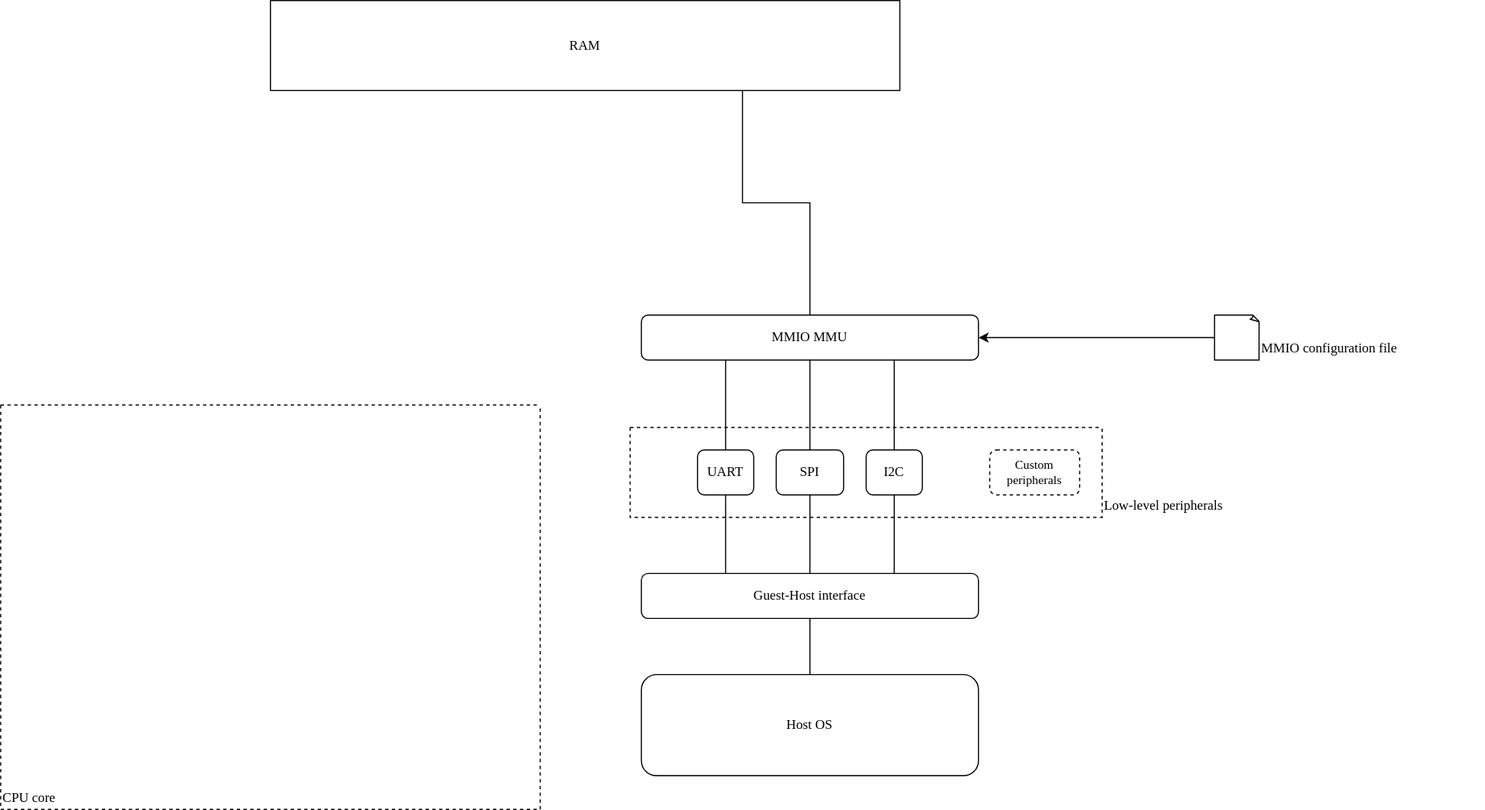
The draw.io diagram me-emu.svg in DreamChaser-luzeyu/M-EMU, before a commit. Source tidied: cells renumbered, new cells last; positions are measured from the earlier drawing's top-left corner, leaving out a move shared by most shapes.
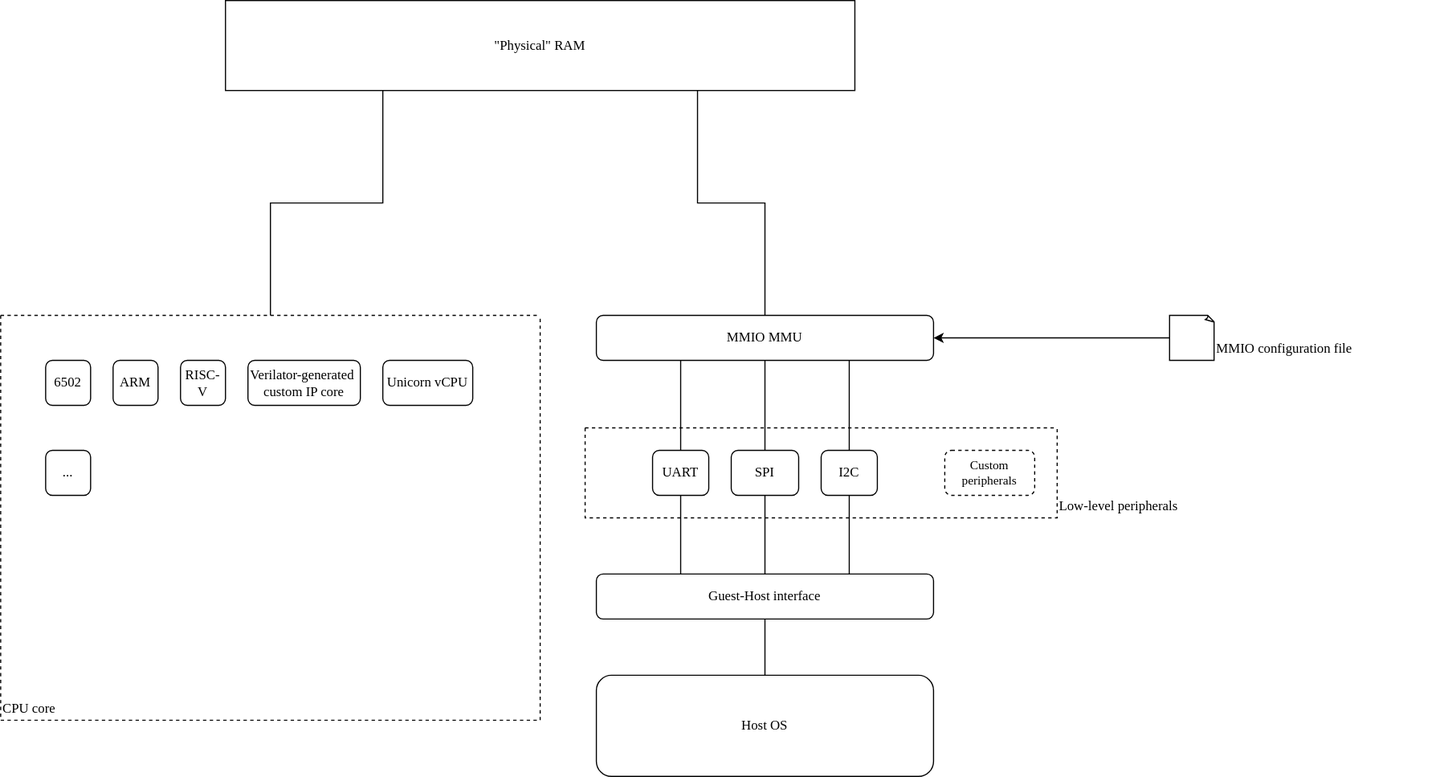
The same diagram one commit later.

Diff of the diagram source:
```diff
@@ -2,15 +2,36 @@
   <root>
     <mxCell id="0" />
     <mxCell id="1" parent="0" />
+    <mxCell id="25" style="edgeStyle=orthogonalEdgeStyle;rounded=0;jettySize=auto;html=1;exitX=0.25;exitY=1;exitDx=0;exitDy=0;entryX=0.5;entryY=0;entryDx=0;entryDy=0;endArrow=none;endFill=0;" parent="1" edge="1" source="2" target="3">
+      <mxGeometry relative="1" as="geometry" />
+    </mxCell>
-    <mxCell id="2" value="&lt;font face=&quot;Lucida Console&quot;&gt;RAM&lt;/font&gt;" style="rounded=0;whiteSpace=wrap;html=1;" parent="1" vertex="1">
+    <mxCell id="2" value="&lt;font face=&quot;Lucida Console&quot;&gt;&quot;Physical&quot; RAM&lt;/font&gt;" style="rounded=0;whiteSpace=wrap;html=1;" parent="1" vertex="1">
       <mxGeometry x="240" width="560" height="80" as="geometry" />
     </mxCell>
     <mxCell id="3" style="swimlane;startSize=0;dashed=1;" parent="1" vertex="1">
-      <mxGeometry y="360" width="480" height="360" as="geometry" />
+      <mxGeometry x="40" y="280" width="480" height="360" as="geometry" />
     </mxCell>
     <mxCell id="4" value="CPU core" style="text;html=1;strokeColor=none;fillColor=none;align=left;verticalAlign=middle;whiteSpace=wrap;rounded=0;fontFamily=Lucida Console;" parent="3" vertex="1">
       <mxGeometry y="340" width="80" height="20" as="geometry" />
     </mxCell>
+    <mxCell id="26" value="ARM" style="rounded=1;whiteSpace=wrap;html=1;fontFamily=Lucida Console;" parent="3" vertex="1">
+      <mxGeometry x="100" y="40" width="40" height="40" as="geometry" />
+    </mxCell>
+    <mxCell id="27" value="6502" style="rounded=1;whiteSpace=wrap;html=1;fontFamily=Lucida Console;" parent="3" vertex="1">
+      <mxGeometry x="40" y="40" width="40" height="40" as="geometry" />
+    </mxCell>
+    <mxCell id="28" value="RISC-V" style="rounded=1;whiteSpace=wrap;html=1;fontFamily=Lucida Console;" parent="3" vertex="1">
+      <mxGeometry x="160" y="40" width="40" height="40" as="geometry" />
+    </mxCell>
+    <mxCell id="29" value="..." style="rounded=1;whiteSpace=wrap;html=1;fontFamily=Lucida Console;" parent="3" vertex="1">
+      <mxGeometry x="40" y="120" width="40" height="40" as="geometry" />
+    </mxCell>
+    <mxCell id="30" value="Verilator-generated&amp;nbsp;&lt;br&gt;custom IP core" style="rounded=1;whiteSpace=wrap;html=1;fontFamily=Lucida Console;" parent="3" vertex="1">
+      <mxGeometry x="220" y="40" width="100" height="40" as="geometry" />
+    </mxCell>
+    <mxCell id="31" value="Unicorn vCPU" style="rounded=1;whiteSpace=wrap;html=1;fontFamily=Lucida Console;" parent="3" vertex="1">
+      <mxGeometry x="340" y="40" width="80" height="40" as="geometry" />
+    </mxCell>
     <mxCell id="5" style="swimlane;startSize=0;dashed=1;" parent="1" vertex="1">
       <mxGeometry x="560" y="380" width="420" height="80" as="geometry" />
     </mxCell>
```
